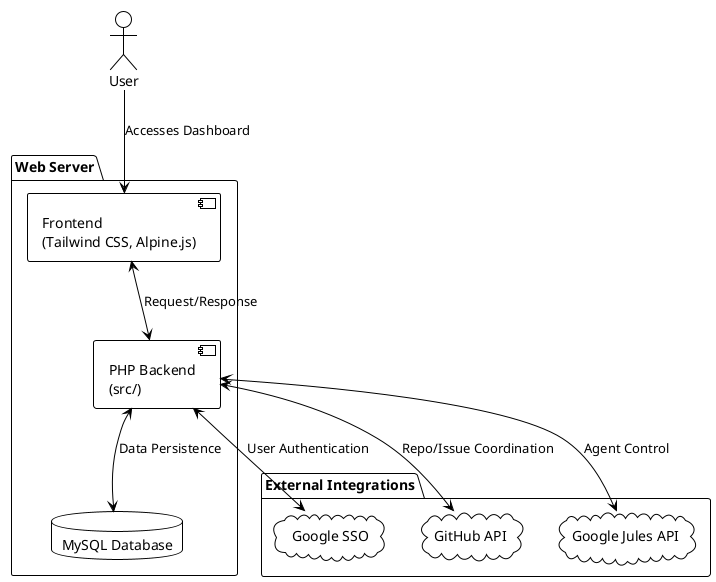
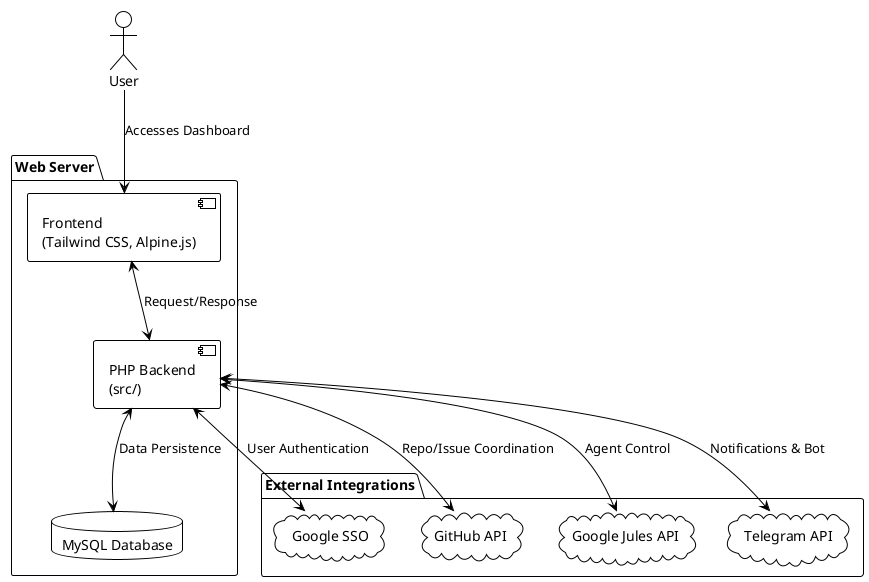
@startuml
!theme plain

actor User

package "Web Server" {
    component "Frontend\n(Tailwind CSS, Alpine.js)" as Frontend
    component "PHP Backend\n(src/)" as Backend
    database "MySQL Database" as DB
}

package "External Integrations" {
    cloud "Google SSO" as SSO
    cloud "GitHub API" as GitHub
    cloud "Google Jules API" as Jules
+     cloud "Telegram API" as Telegram
}

User --> Frontend : Accesses Dashboard
Frontend <--> Backend : Request/Response
Backend <--> DB : Data Persistence
Backend <--> SSO : User Authentication
Backend <--> GitHub : Repo/Issue Coordination
Backend <--> Jules : Agent Control
+ Backend <--> Telegram : Notifications & Bot

@enduml
